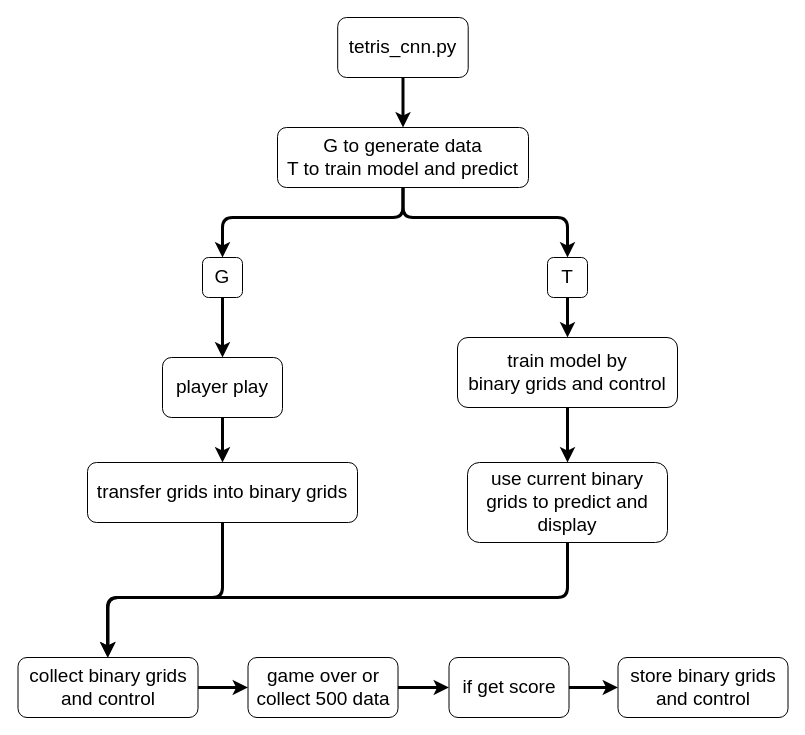
Before: cnn_tetris_algorithm.drawio in youngtuotuo/Deep-Q-Learning-Tetris, a draw.io diagram. Source tidied: cells renumbered, new cells numbered last; positions are measured from the earlier drawing's top-left corner, leaving out a move shared by most shapes. Both pictures are drawn from the tidied source at 100%, with x=0, y=0 at pixel (17, 17).
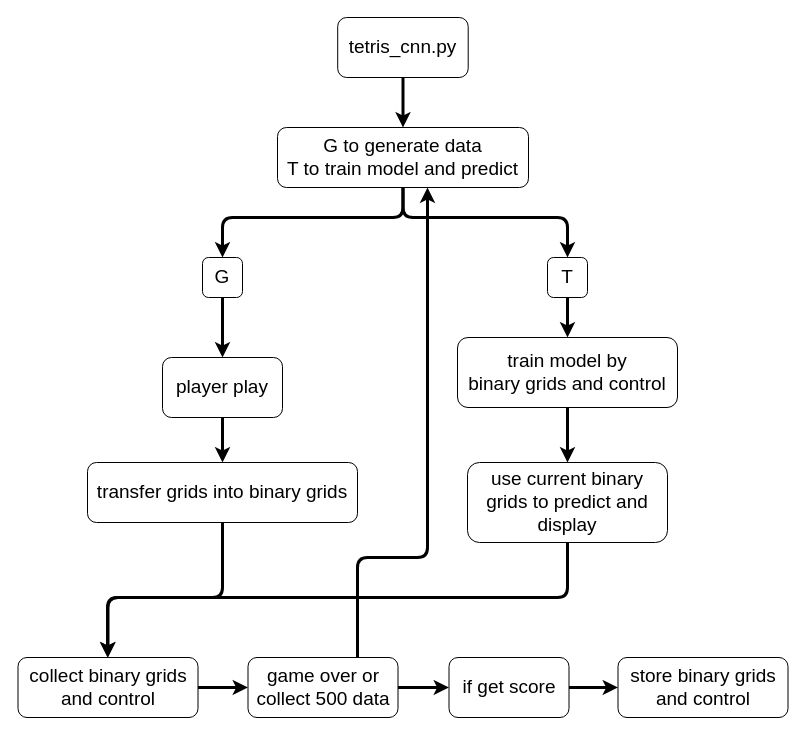
After the change.

The change refers to these unchanged cells:
```xml
<mxCell id="4" value="&lt;font style=&quot;font-size: 19px&quot;&gt;G to generate data&lt;br&gt;T to train model and predict&lt;/font&gt;" style="rounded=1;whiteSpace=wrap;html=1;" parent="1" vertex="1">
  <mxGeometry x="260" y="110" width="251" height="60" as="geometry" />
</mxCell>
<mxCell id="12" value="&lt;font style=&quot;font-size: 19px&quot;&gt;game over or&lt;br&gt;collect 500 data&lt;/font&gt;" style="rounded=1;whiteSpace=wrap;html=1;fillColor=#ffffff;" parent="1" vertex="1">
  <mxGeometry x="230.5" y="640" width="150" height="60" as="geometry" />
</mxCell>
```

What changed in the source:
```diff
@@
+    <mxCell id="26" style="edgeStyle=orthogonalEdgeStyle;rounded=1;jettySize=auto;html=1;strokeWidth=3;" parent="1" edge="1" source="12" target="4">
+      <mxGeometry relative="1" as="geometry">
+        <Array as="points">
+          <mxPoint x="340" y="540" />
+          <mxPoint x="410" y="540" />
+        </Array>
+      </mxGeometry>
+    </mxCell>
```
